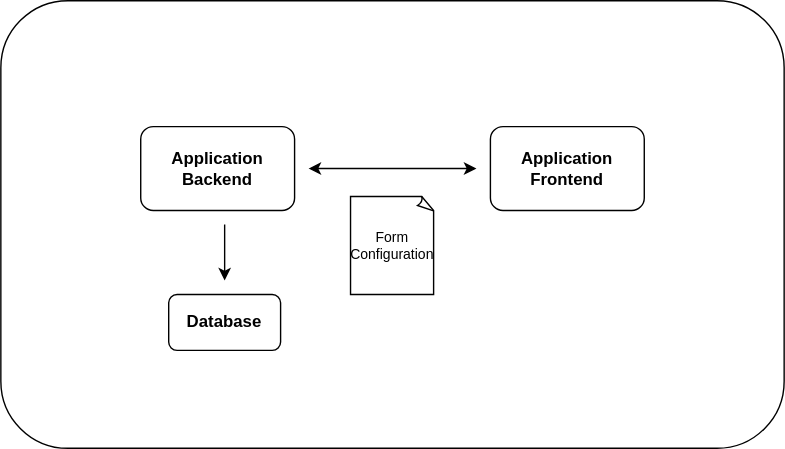
Above: assets/Single_App_libreForms_Architecture.drawio.svg in libreForms/spec (draw.io), before the change. Source tidied: cells renumbered, new cells last; positions are measured from the earlier drawing's top-left corner, leaving out a move shared by most shapes.
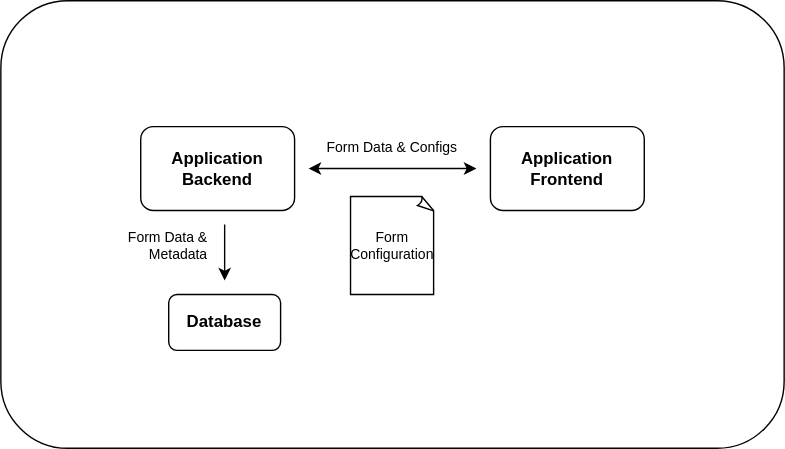
The same diagram one commit later.

The edit, as a diff of the source:
```diff
@@ -29,5 +29,11 @@
         <mxPoint x="340" y="120" as="targetPoint" />
       </mxGeometry>
     </mxCell>
+    <mxCell id="9" value="&lt;font style=&quot;font-size: 10px;&quot;&gt;Form Data &amp;amp; Configs&lt;/font&gt;" style="text;html=1;strokeColor=none;fillColor=none;align=center;verticalAlign=middle;whiteSpace=wrap;rounded=0;" parent="1" vertex="1">
+      <mxGeometry x="205" y="90" width="150" height="30" as="geometry" />
+    </mxCell>
+    <mxCell id="10" value="&lt;div style=&quot;font-size: 10px;&quot; align=&quot;right&quot;&gt;&lt;font style=&quot;font-size: 10px;&quot;&gt;Form Data &amp;amp; &lt;/font&gt;Metadata&lt;/div&gt;" style="text;html=1;strokeColor=none;fillColor=none;align=right;verticalAlign=middle;whiteSpace=wrap;rounded=0;" parent="1" vertex="1">
+      <mxGeometry x="60" y="160" width="90" height="30" as="geometry" />
+    </mxCell>
   </root>
 </mxGraphModel>
```
